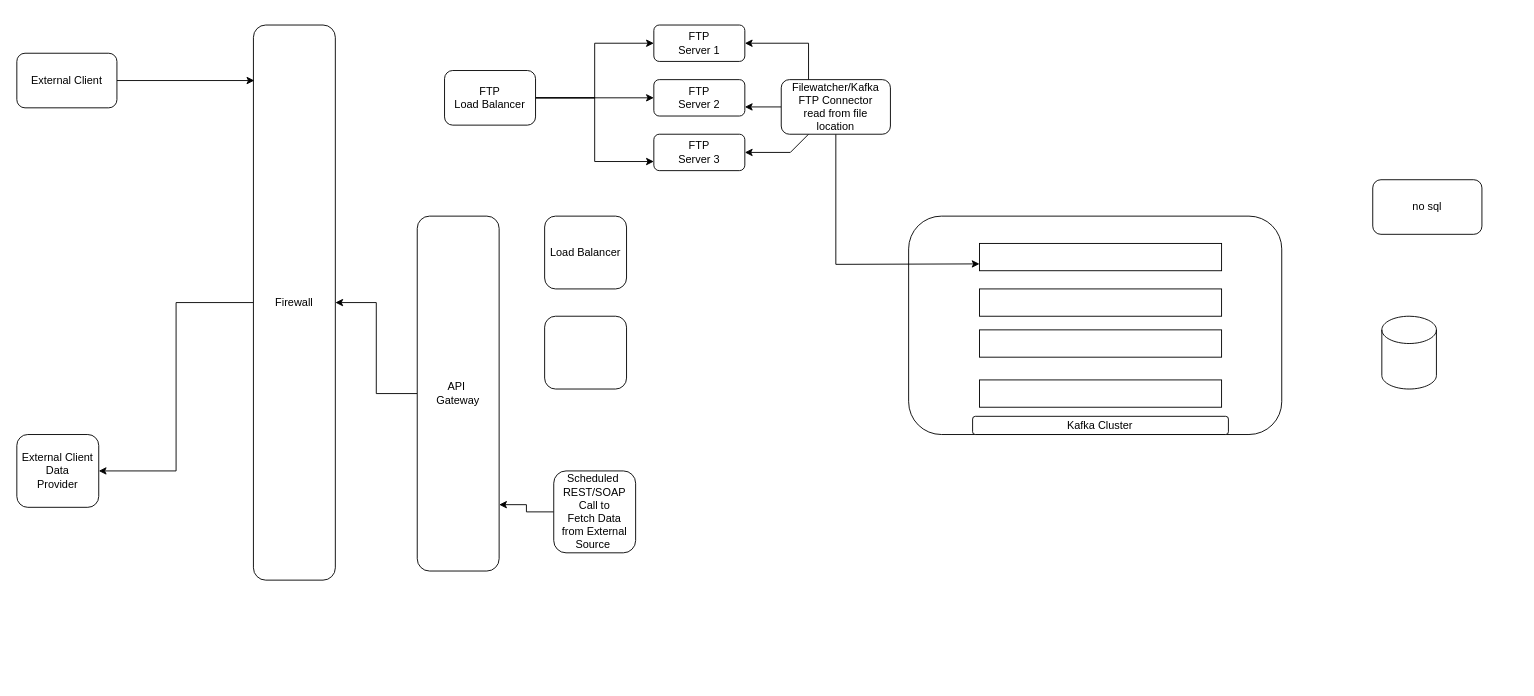
Earlier version of the draw.io diagram Untitled Diagram.drawio (arjunchd04/Diagram). Source tidied: cells renumbered, new cells numbered last; positions are measured from the earlier drawing's top-left corner, leaving out a move shared by most shapes. Both pictures are drawn from the tidied source at 91%, with x=0, y=0 at pixel (16, 25).
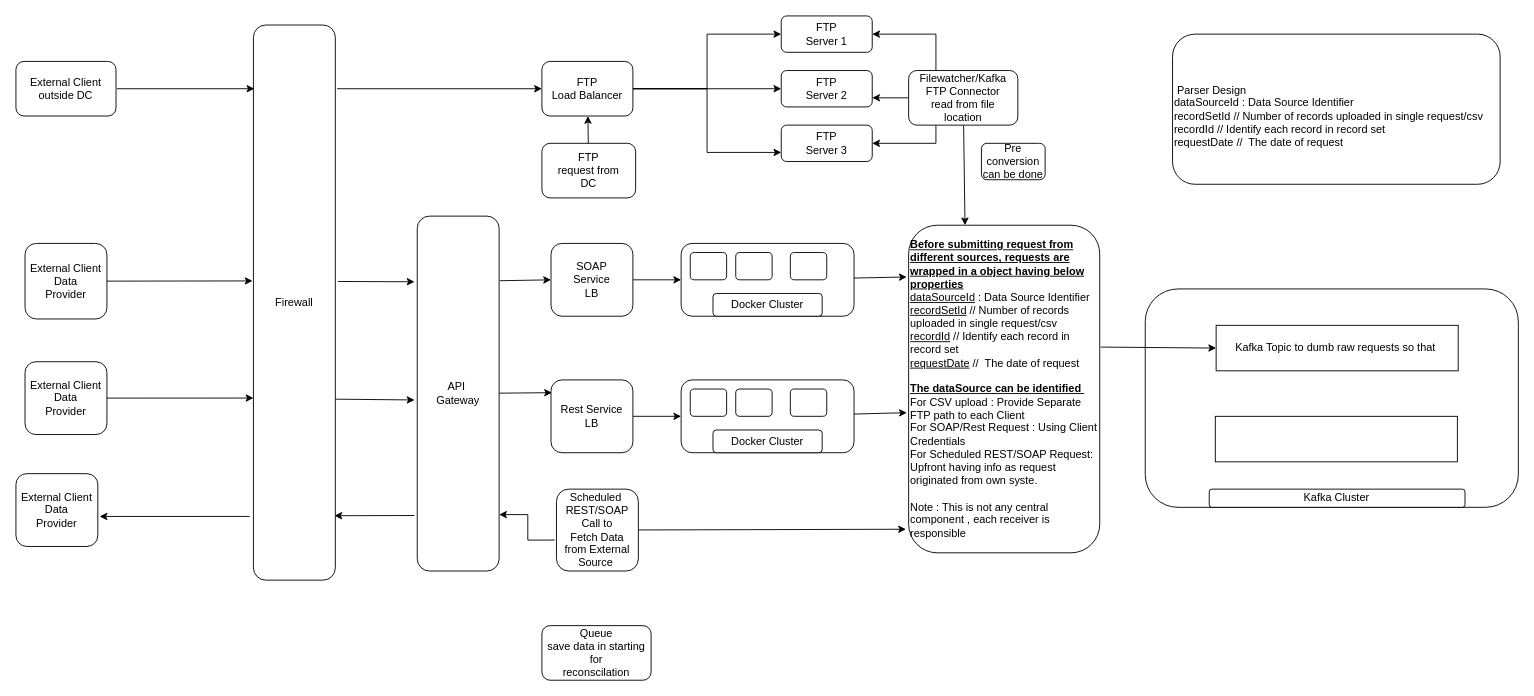
The same page after the edit.

Unchanged cells that the change refers to:
```xml
<mxCell id="10" value="API&amp;nbsp;&lt;br&gt;Gateway" style="rounded=1;whiteSpace=wrap;html=1;" parent="1" vertex="1">
  <mxGeometry x="440" y="210" width="90" height="390" as="geometry" />
</mxCell>
<mxCell id="13" value="Firewall" style="rounded=1;whiteSpace=wrap;html=1;" parent="1" vertex="1">
  <mxGeometry x="260" width="90" height="610" as="geometry" />
</mxCell>
<mxCell id="27" value="FTP&lt;br&gt;Server 3" style="rounded=1;whiteSpace=wrap;html=1;" parent="26" vertex="1">
  <mxGeometry y="120" width="100" height="40" as="geometry" />
</mxCell>
<mxCell id="29" value="FTP&lt;br&gt;Server 1" style="rounded=1;whiteSpace=wrap;html=1;" parent="26" vertex="1">
  <mxGeometry width="100" height="40" as="geometry" />
</mxCell>
```

The edit, as a diff of the source:
```diff
@@
     <mxCell id="2" style="group;" parent="1" vertex="1">
-      <mxGeometry x="980" y="250" width="410" height="200" as="geometry" />
+      <mxGeometry x="1240" y="330" width="410" height="200" as="geometry" />
     </mxCell>
@@
-    <mxCell id="5" style="rounded=0;whiteSpace=wrap;html=1;" parent="2" vertex="1">
-      <mxGeometry x="77.9" y="-10" width="266" height="30" as="geometry" />
-    </mxCell>
     <mxCell id="6" style="rounded=0;whiteSpace=wrap;html=1;" parent="2" vertex="1">
-      <mxGeometry x="77.9" y="140" width="266" height="30" as="geometry" />
+      <mxGeometry x="77" y="100" width="266" height="50" as="geometry" />
     </mxCell>
-    <mxCell id="7" style="rounded=0;whiteSpace=wrap;html=1;" parent="2" vertex="1">
-      <mxGeometry x="77.9" y="85" width="266" height="30" as="geometry" />
+    <mxCell id="7" value="Kafka Topic to dumb raw requests so that&amp;nbsp;" style="rounded=0;whiteSpace=wrap;html=1;" parent="2" vertex="1">
+      <mxGeometry x="77.9" width="266" height="50" as="geometry" />
     </mxCell>
-    <mxCell id="8" style="rounded=0;whiteSpace=wrap;html=1;" parent="2" vertex="1">
-      <mxGeometry x="77.9" y="40" width="266" height="30" as="geometry" />
-    </mxCell>
-    <mxCell id="9" style="edgeStyle=orthogonalEdgeStyle;rounded=0;jettySize=auto;html=1;" parent="1" edge="1" source="10" target="13">
-      <mxGeometry relative="1" as="geometry" />
-    </mxCell>
+    <mxCell id="35" style="edgeStyle=none;rounded=0;jettySize=auto;html=1;entryX=0.989;entryY=0.884;entryDx=0;entryDy=0;entryPerimeter=0;" parent="1" edge="1" target="13">
+      <mxGeometry relative="1" as="geometry">
+        <mxPoint x="437" y="539" as="sourcePoint" />
+      </mxGeometry>
+    </mxCell>
+    <mxCell id="36" style="edgeStyle=none;rounded=0;jettySize=auto;html=1;entryX=0;entryY=0.5;entryDx=0;entryDy=0;exitX=1.011;exitY=0.182;exitDx=0;exitDy=0;exitPerimeter=0;" parent="1" edge="1" source="10" target="11">
+      <mxGeometry relative="1" as="geometry" />
+    </mxCell>
+    <mxCell id="37" style="edgeStyle=none;rounded=0;jettySize=auto;html=1;entryX=0.011;entryY=0.175;entryDx=0;entryDy=0;entryPerimeter=0;" parent="1" edge="1" source="10" target="19">
+      <mxGeometry relative="1" as="geometry" />
+    </mxCell>
@@
+    <mxCell id="38" style="edgeStyle=none;rounded=0;jettySize=auto;html=1;entryX=0;entryY=0.5;entryDx=0;entryDy=0;" parent="1" edge="1" source="11" target="47">
+      <mxGeometry relative="1" as="geometry" />
+    </mxCell>
-    <mxCell id="11" value="Load Balancer" style="rounded=1;whiteSpace=wrap;html=1;" parent="1" vertex="1">
-      <mxGeometry x="580" y="210" width="90" height="80" as="geometry" />
+    <mxCell id="11" value="SOAP&lt;br&gt;Service&lt;br&gt;LB" style="rounded=1;whiteSpace=wrap;html=1;" parent="1" vertex="1">
+      <mxGeometry x="587" y="240" width="90" height="80" as="geometry" />
     </mxCell>
-    <mxCell id="12" style="edgeStyle=orthogonalEdgeStyle;rounded=0;jettySize=auto;html=1;entryX=1;entryY=0.5;entryDx=0;entryDy=0;" parent="1" edge="1" source="13" target="18">
-      <mxGeometry relative="1" as="geometry" />
-    </mxCell>
+    <mxCell id="39" style="edgeStyle=none;rounded=0;jettySize=auto;html=1;entryX=1.022;entryY=0.588;entryDx=0;entryDy=0;entryPerimeter=0;" parent="1" edge="1" target="18">
+      <mxGeometry relative="1" as="geometry">
+        <mxPoint x="256" y="540" as="sourcePoint" />
+      </mxGeometry>
+    </mxCell>
+    <mxCell id="40" style="edgeStyle=none;rounded=0;jettySize=auto;html=1;entryX=0;entryY=0.5;entryDx=0;entryDy=0;" parent="1" edge="1" target="25">
+      <mxGeometry relative="1" as="geometry">
+        <mxPoint x="352" y="70" as="sourcePoint" />
+      </mxGeometry>
+    </mxCell>
+    <mxCell id="41" style="edgeStyle=none;rounded=0;jettySize=auto;html=1;entryX=-0.033;entryY=0.185;entryDx=0;entryDy=0;entryPerimeter=0;exitX=1.033;exitY=0.462;exitDx=0;exitDy=0;exitPerimeter=0;" parent="1" edge="1" source="13" target="10">
+      <mxGeometry relative="1" as="geometry" />
+    </mxCell>
+    <mxCell id="42" style="edgeStyle=none;rounded=0;jettySize=auto;html=1;entryX=-0.033;entryY=0.518;entryDx=0;entryDy=0;entryPerimeter=0;exitX=1;exitY=0.674;exitDx=0;exitDy=0;exitPerimeter=0;" parent="1" edge="1" source="13" target="10">
+      <mxGeometry relative="1" as="geometry" />
+    </mxCell>
@@
-    <mxCell id="14" value="no sql" style="rounded=1;whiteSpace=wrap;html=1;" parent="1" vertex="1">
-      <mxGeometry x="1490" y="170" width="120" height="60" as="geometry" />
-    </mxCell>
-    <mxCell id="15" style="shape=cylinder3;whiteSpace=wrap;html=1;boundedLbl=1;backgroundOutline=1;size=15;" parent="1" vertex="1">
-      <mxGeometry x="1500" y="320" width="60" height="80" as="geometry" />
-    </mxCell>
-    <mxCell id="16" style="edgeStyle=orthogonalEdgeStyle;rounded=0;jettySize=auto;html=1;exitX=0;exitY=0.5;exitDx=0;exitDy=0;entryX=1;entryY=0.813;entryDx=0;entryDy=0;entryPerimeter=0;" parent="1" edge="1" source="17" target="10">
+    <mxCell id="16" style="edgeStyle=orthogonalEdgeStyle;rounded=0;jettySize=auto;html=1;exitX=-0.022;exitY=0.622;exitDx=0;exitDy=0;entryX=1;entryY=0.841;entryDx=0;entryDy=0;entryPerimeter=0;exitPerimeter=0;" parent="1" edge="1" source="17" target="10">
       <mxGeometry relative="1" as="geometry" />
     </mxCell>
+    <mxCell id="43" style="edgeStyle=none;rounded=0;jettySize=auto;html=1;entryX=-0.014;entryY=0.928;entryDx=0;entryDy=0;entryPerimeter=0;" parent="1" edge="1" source="17" target="64">
+      <mxGeometry relative="1" as="geometry" />
+    </mxCell>
     <mxCell id="17" value="Scheduled&amp;nbsp;&lt;br&gt;REST/SOAP&lt;br&gt;Call to&lt;br&gt;Fetch Data&lt;br&gt;from External&lt;br&gt;Source&amp;nbsp;" style="rounded=1;whiteSpace=wrap;html=1;" parent="1" vertex="1">
-      <mxGeometry x="590" y="490" width="90" height="90" as="geometry" />
+      <mxGeometry x="593" y="510" width="90" height="90" as="geometry" />
     </mxCell>
     <mxCell id="18" value="External Client&lt;br&gt;Data&lt;br&gt;Provider" style="rounded=1;whiteSpace=wrap;html=1;" parent="1" vertex="1">
-      <mxGeometry y="450" width="90" height="80" as="geometry" />
+      <mxGeometry x="-1" y="493" width="90" height="80" as="geometry" />
     </mxCell>
+    <mxCell id="44" style="edgeStyle=none;rounded=0;jettySize=auto;html=1;entryX=0;entryY=0.5;entryDx=0;entryDy=0;" parent="1" edge="1" source="19" target="53">
+      <mxGeometry relative="1" as="geometry" />
+    </mxCell>
-    <mxCell id="19" style="rounded=1;whiteSpace=wrap;html=1;" parent="1" vertex="1">
-      <mxGeometry x="580" y="320" width="90" height="80" as="geometry" />
+    <mxCell id="19" value="Rest Service&lt;br&gt;LB" style="rounded=1;whiteSpace=wrap;html=1;" parent="1" vertex="1">
+      <mxGeometry x="587" y="390" width="90" height="80" as="geometry" />
     </mxCell>
-    <mxCell id="20" style="edgeStyle=orthogonalEdgeStyle;rounded=0;jettySize=auto;html=1;entryX=0.011;entryY=0.1;entryDx=0;entryDy=0;entryPerimeter=0;" parent="1" edge="1" source="21" target="13">
-      <mxGeometry relative="1" as="geometry" />
+    <mxCell id="20" style="edgeStyle=orthogonalEdgeStyle;rounded=0;orthogonalLoop=1;jettySize=auto;html=1;entryX=0.011;entryY=0.1;entryDx=0;entryDy=0;entryPerimeter=0;" parent="1" edge="1">
+      <mxGeometry relative="1" as="geometry">
+        <mxPoint x="110" y="70" as="sourcePoint" />
+        <mxPoint x="261" y="70" as="targetPoint" />
+      </mxGeometry>
     </mxCell>
-    <mxCell id="21" value="External Client" style="rounded=1;whiteSpace=wrap;html=1;" parent="1" vertex="1">
-      <mxGeometry y="31" width="110" height="60" as="geometry" />
+    <mxCell id="21" value="External Client&lt;br&gt;outside DC" style="rounded=1;whiteSpace=wrap;html=1;" parent="1" vertex="1">
+      <mxGeometry x="-1" y="40" width="110" height="60" as="geometry" />
     </mxCell>
@@
     <mxCell id="25" value="FTP&lt;br&gt;Load Balancer" style="rounded=1;whiteSpace=wrap;html=1;" parent="1" vertex="1">
-      <mxGeometry x="470" y="50" width="100" height="60" as="geometry" />
+      <mxGeometry x="577" y="40" width="100" height="60" as="geometry" />
     </mxCell>
     <mxCell id="26" style="group;" parent="1" vertex="1">
-      <mxGeometry x="700" width="100" height="160" as="geometry" />
+      <mxGeometry x="840" y="-10" width="100" height="160" as="geometry" />
     </mxCell>
@@
-    <mxCell id="30" style="edgeStyle=none;rounded=0;jettySize=auto;html=1;entryX=0;entryY=0.75;entryDx=0;entryDy=0;" parent="1" edge="1" source="34" target="5">
-      <mxGeometry relative="1" as="geometry">
-        <Array as="points">
-          <mxPoint x="900" y="263" />
-        </Array>
-      </mxGeometry>
-    </mxCell>
     <mxCell id="31" style="edgeStyle=none;rounded=0;jettySize=auto;html=1;entryX=1;entryY=0.5;entryDx=0;entryDy=0;exitX=0.25;exitY=0;exitDx=0;exitDy=0;" parent="1" edge="1" source="34" target="29">
       <mxGeometry relative="1" as="geometry">
         <Array as="points">
-          <mxPoint x="870" y="20" />
+          <mxPoint x="1010" y="10" />
         </Array>
       </mxGeometry>
     </mxCell>
@@
-    <mxCell id="33" style="edgeStyle=none;rounded=0;jettySize=auto;html=1;entryX=1;entryY=0.5;entryDx=0;entryDy=0;" parent="1" edge="1" source="34" target="27">
+    <mxCell id="33" style="edgeStyle=none;rounded=0;jettySize=auto;html=1;entryX=1;entryY=0.5;entryDx=0;entryDy=0;exitX=0.25;exitY=1;exitDx=0;exitDy=0;" parent="1" edge="1" source="34" target="27">
       <mxGeometry relative="1" as="geometry">
         <Array as="points">
-          <mxPoint x="850" y="140" />
+          <mxPoint x="1010" y="130" />
         </Array>
       </mxGeometry>
     </mxCell>
+    <mxCell id="45" style="edgeStyle=none;rounded=0;jettySize=auto;html=1;entryX=0.295;entryY=0;entryDx=0;entryDy=0;entryPerimeter=0;" parent="1" edge="1" source="34" target="64">
+      <mxGeometry relative="1" as="geometry" />
+    </mxCell>
     <mxCell id="34" value="Filewatcher/Kafka&lt;br&gt;FTP Connector&lt;br&gt;read from file&lt;br&gt;location" style="rounded=1;whiteSpace=wrap;html=1;" parent="1" vertex="1">
-      <mxGeometry x="840" y="60" width="120" height="60" as="geometry" />
+      <mxGeometry x="980" y="50" width="120" height="60" as="geometry" />
     </mxCell>
+    <mxCell id="46" style="group;" parent="1" vertex="1">
+      <mxGeometry x="730" y="240" width="190" height="80" as="geometry" />
+    </mxCell>
+    <mxCell id="47" value="&lt;div&gt;&lt;/div&gt;" style="rounded=1;whiteSpace=wrap;html=1;align=left;" parent="46" vertex="1">
+      <mxGeometry width="190" height="80" as="geometry" />
+    </mxCell>
+    <mxCell id="48" style="rounded=1;whiteSpace=wrap;html=1;" parent="46" vertex="1">
+      <mxGeometry x="10" y="10" width="40" height="30" as="geometry" />
+    </mxCell>
+    <mxCell id="49" style="rounded=1;whiteSpace=wrap;html=1;" parent="46" vertex="1">
+      <mxGeometry x="60" y="10" width="40" height="30" as="geometry" />
+    </mxCell>
+    <mxCell id="50" style="rounded=1;whiteSpace=wrap;html=1;" parent="46" vertex="1">
+      <mxGeometry x="120" y="10" width="40" height="30" as="geometry" />
+    </mxCell>
+    <mxCell id="51" value="Docker Cluster" style="rounded=1;whiteSpace=wrap;html=1;" parent="46" vertex="1">
+      <mxGeometry x="35" y="55" width="120" height="25" as="geometry" />
+    </mxCell>
+    <mxCell id="52" style="group;" parent="1" vertex="1">
+      <mxGeometry x="730" y="390" width="190" height="80" as="geometry" />
+    </mxCell>
+    <mxCell id="53" value="&lt;div&gt;&lt;/div&gt;" style="rounded=1;whiteSpace=wrap;html=1;align=left;" parent="52" vertex="1">
+      <mxGeometry width="190" height="80" as="geometry" />
+    </mxCell>
+    <mxCell id="54" style="rounded=1;whiteSpace=wrap;html=1;" parent="52" vertex="1">
+      <mxGeometry x="10" y="10" width="40" height="30" as="geometry" />
+    </mxCell>
+    <mxCell id="55" style="rounded=1;whiteSpace=wrap;html=1;" parent="52" vertex="1">
+      <mxGeometry x="60" y="10" width="40" height="30" as="geometry" />
+    </mxCell>
+    <mxCell id="56" style="rounded=1;whiteSpace=wrap;html=1;" parent="52" vertex="1">
+      <mxGeometry x="120" y="10" width="40" height="30" as="geometry" />
+    </mxCell>
+    <mxCell id="57" value="Docker Cluster" style="rounded=1;whiteSpace=wrap;html=1;" parent="52" vertex="1">
+      <mxGeometry x="35" y="55" width="120" height="25" as="geometry" />
+    </mxCell>
+    <mxCell id="58" value="&amp;nbsp; &amp;nbsp;&amp;nbsp;&lt;br&gt;&amp;nbsp;Parser Design&lt;br&gt;dataSourceId : Data Source Identifier&amp;nbsp;&lt;br&gt;recordSetId // Number of records uploaded in single request/csv&amp;nbsp;&lt;br&gt;recordId // Identify each record in record set&lt;br&gt;requestDate //&amp;nbsp; The date of request&lt;br&gt;" style="rounded=1;whiteSpace=wrap;html=1;align=left;" parent="1" vertex="1">
+      <mxGeometry x="1270" y="10" width="360" height="165" as="geometry" />
+    </mxCell>
+    <mxCell id="59" value="Pre conversion&lt;br&gt;can be done" style="rounded=1;whiteSpace=wrap;html=1;" parent="1" vertex="1">
+      <mxGeometry x="1060" y="130" width="70" height="40" as="geometry" />
+    </mxCell>
+    <mxCell id="60" value="Queue&lt;br&gt;save data in starting for&lt;br&gt;reconscilation" style="rounded=1;whiteSpace=wrap;html=1;" parent="1" vertex="1">
+      <mxGeometry x="577" y="660" width="120" height="60" as="geometry" />
+    </mxCell>
+    <mxCell id="61" style="edgeStyle=none;rounded=0;jettySize=auto;html=1;" parent="1" edge="1" source="62" target="25">
+      <mxGeometry relative="1" as="geometry" />
+    </mxCell>
+    <mxCell id="62" value="FTP&lt;br&gt;request from&lt;br&gt;DC" style="rounded=1;whiteSpace=wrap;html=1;" parent="1" vertex="1">
+      <mxGeometry x="577" y="130" width="103" height="60" as="geometry" />
+    </mxCell>
+    <mxCell id="63" style="edgeStyle=none;rounded=0;jettySize=auto;html=1;entryX=0;entryY=0.5;entryDx=0;entryDy=0;exitX=1.005;exitY=0.372;exitDx=0;exitDy=0;exitPerimeter=0;" parent="1" edge="1" source="64" target="7">
+      <mxGeometry relative="1" as="geometry" />
+    </mxCell>
+    <mxCell id="64" value="&lt;b&gt;&lt;u&gt;Before submitting request from different sources, requests are wrapped in a object having below properties&lt;/u&gt;&lt;/b&gt;&lt;br&gt;&lt;u&gt;dataSourceId&lt;/u&gt; : Data Source Identifier&amp;nbsp;&lt;br&gt;&lt;u&gt;recordSetId&lt;/u&gt; // Number of records uploaded in single request/csv&amp;nbsp;&lt;br&gt;&lt;u&gt;recordId&lt;/u&gt; // Identify each record in record set&lt;br&gt;&lt;u&gt;requestDate&lt;/u&gt; //&amp;nbsp; The date of request&lt;br&gt;&lt;br&gt;&lt;b&gt;&lt;u&gt;The dataSource can be identified&amp;nbsp;&lt;/u&gt;&lt;/b&gt;&lt;br&gt;For CSV upload : Provide Separate FTP path to each Client&lt;br&gt;For SOAP/Rest Request : Using Client Credentials&lt;br&gt;For Scheduled REST/SOAP Request: Upfront having info as request originated from own syste.&lt;br&gt;&lt;br&gt;Note : This is not any central component , each receiver is responsible&amp;nbsp;" style="rounded=1;whiteSpace=wrap;html=1;align=left;" parent="1" vertex="1">
+      <mxGeometry x="980" y="220" width="210" height="360" as="geometry" />
+    </mxCell>
+    <mxCell id="65" style="edgeStyle=none;rounded=0;jettySize=auto;html=1;entryX=-0.01;entryY=0.158;entryDx=0;entryDy=0;entryPerimeter=0;" parent="1" edge="1" source="47" target="64">
+      <mxGeometry relative="1" as="geometry" />
+    </mxCell>
+    <mxCell id="66" style="edgeStyle=none;rounded=0;jettySize=auto;html=1;" parent="1" edge="1" source="53">
+      <mxGeometry relative="1" as="geometry">
+        <mxPoint x="978" y="426" as="targetPoint" />
+      </mxGeometry>
+    </mxCell>
+    <mxCell id="67" style="edgeStyle=none;rounded=0;jettySize=auto;html=1;entryX=-0.011;entryY=0.461;entryDx=0;entryDy=0;entryPerimeter=0;" parent="1" edge="1" source="68" target="13">
+      <mxGeometry relative="1" as="geometry" />
+    </mxCell>
+    <mxCell id="68" value="External Client&lt;br&gt;Data&lt;br&gt;Provider" style="rounded=1;whiteSpace=wrap;html=1;" parent="1" vertex="1">
+      <mxGeometry x="9" y="240" width="90" height="83" as="geometry" />
+    </mxCell>
+    <mxCell id="69" style="edgeStyle=none;rounded=0;jettySize=auto;html=1;entryX=0;entryY=0.672;entryDx=0;entryDy=0;entryPerimeter=0;" parent="1" edge="1" source="70" target="13">
+      <mxGeometry relative="1" as="geometry" />
+    </mxCell>
+    <mxCell id="70" value="External Client&lt;br&gt;Data&lt;br&gt;Provider" style="rounded=1;whiteSpace=wrap;html=1;" parent="1" vertex="1">
+      <mxGeometry x="9" y="370" width="90" height="80" as="geometry" />
+    </mxCell>
```
